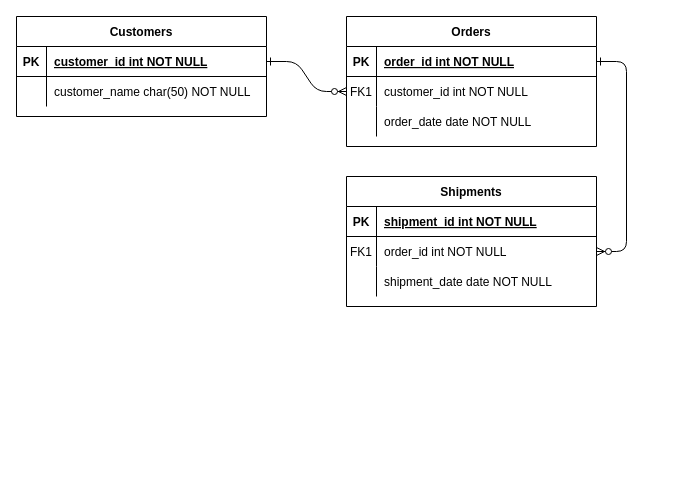
Earlier version of the draw.io diagram ER.drawio (jrfagundes/feed). Source tidied: cells renumbered, new cells numbered last; positions are measured from the earlier drawing's top-left corner, leaving out a move shared by most shapes. Both pictures are drawn from the tidied source at 100%, with x=0, y=0 at pixel (16, 16).
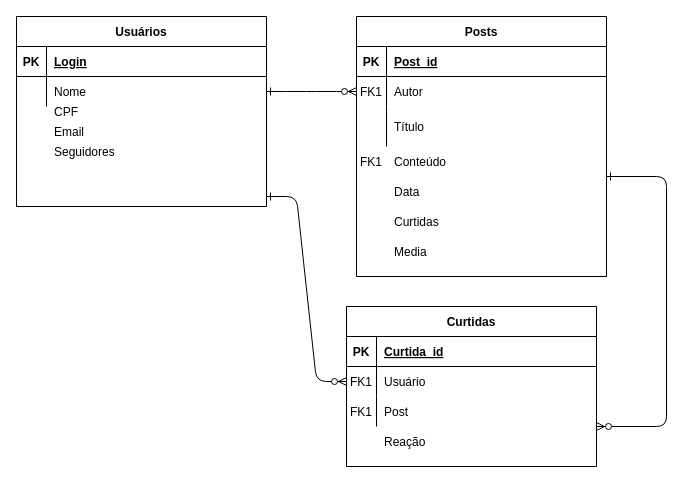
The same diagram, later.

Unchanged cells that the change refers to:
```xml
<mxCell id="5" style="shape=partialRectangle;fillColor=none;points=[[0,0.5],[1,0.5]];portConstraint=eastwest;top=0;left=0;right=0;bottom=1;" parent="4" vertex="1">
  <mxGeometry y="30" width="250" height="30" as="geometry" />
</mxCell>
<mxCell id="8" style="shape=partialRectangle;fillColor=none;points=[[0,0.5],[1,0.5]];portConstraint=eastwest;top=0;left=0;right=0;bottom=0;" parent="4" vertex="1">
  <mxGeometry y="60" width="250" height="30" as="geometry" />
</mxCell>
<mxCell id="15" style="shape=partialRectangle;fillColor=none;top=0;left=0;right=0;bottom=1;" parent="14" vertex="1">
  <mxGeometry y="30" width="250" height="30" as="geometry" />
</mxCell>
<mxCell id="18" style="shape=partialRectangle;fillColor=none;points=[[0,0.5],[1,0.5]];portConstraint=eastwest;top=0;left=0;right=0;bottom=0;" parent="14" vertex="1">
  <mxGeometry y="60" width="250" height="30" as="geometry" />
</mxCell>
<mxCell id="21" style="shape=partialRectangle;fillColor=none;top=0;left=0;right=0;bottom=0;" parent="14" vertex="1">
  <mxGeometry y="90" width="250" height="30" as="geometry" />
</mxCell>
<mxCell id="25" style="shape=partialRectangle;fillColor=none;points=[[0,0.5],[1,0.5]];portConstraint=eastwest;top=0;left=0;right=0;bottom=1;" parent="24" vertex="1">
  <mxGeometry y="30" width="250" height="30" as="geometry" />
</mxCell>
<mxCell id="28" style="shape=partialRectangle;fillColor=none;points=[[0,0.5],[1,0.5]];portConstraint=eastwest;top=0;left=0;right=0;bottom=0;" parent="24" vertex="1">
  <mxGeometry y="60" width="250" height="30" as="geometry" />
</mxCell>
```

Change to the diagram source:
```diff
@@
-    <mxCell id="2" style="edgeStyle=entityRelationEdgeStyle;endArrow=ERzeroToMany;startArrow=ERone;endFill=1;startFill=0;" parent="1" edge="1" source="25" target="8">
+    <mxCell id="2" style="edgeStyle=entityRelationEdgeStyle;endArrow=ERzeroToMany;startArrow=ERone;endFill=1;startFill=0;exitX=1;exitY=0.5;exitDx=0;exitDy=0;" parent="1" edge="1" source="28" target="8">
       <mxGeometry relative="1" as="geometry" />
     </mxCell>
-    <mxCell id="3" style="edgeStyle=entityRelationEdgeStyle;endArrow=ERzeroToMany;startArrow=ERone;endFill=1;startFill=0;" parent="1" edge="1" source="5" target="18">
-      <mxGeometry relative="1" as="geometry" />
+    <mxCell id="3" style="edgeStyle=elbowEdgeStyle;endArrow=ERzeroToMany;startArrow=ERone;endFill=1;startFill=0;" parent="1" edge="1">
+      <mxGeometry relative="1" as="geometry">
+        <mxPoint x="590" y="160" as="sourcePoint" />
+        <mxPoint x="580" y="410" as="targetPoint" />
+        <Array as="points">
+          <mxPoint x="650" y="290" />
+        </Array>
+      </mxGeometry>
     </mxCell>
-    <mxCell id="4" value="Orders" style="shape=table;startSize=30;childLayout=tableLayout;rowLines=0;fontStyle=1;align=center;" parent="1" vertex="1">
-      <mxGeometry x="330" width="250" height="130" as="geometry" />
+    <mxCell id="4" value="Posts" style="shape=table;startSize=30;childLayout=tableLayout;rowLines=0;fontStyle=1;align=center;" parent="1" vertex="1">
+      <mxGeometry x="340" width="250" height="260" as="geometry" />
     </mxCell>
@@
-    <mxCell id="7" value="order_id int NOT NULL " style="shape=partialRectangle;overflow=hidden;fillColor=none;top=0;left=0;bottom=0;right=0;align=left;spacingLeft=6;fontStyle=5;" parent="5" vertex="1">
+    <mxCell id="7" value="Post_id" style="shape=partialRectangle;overflow=hidden;fillColor=none;top=0;left=0;bottom=0;right=0;align=left;spacingLeft=6;fontStyle=5;" parent="5" vertex="1">
       <mxGeometry x="30" width="220" height="30" as="geometry" />
     </mxCell>
@@
-    <mxCell id="10" value="customer_id int NOT NULL" style="shape=partialRectangle;overflow=hidden;fillColor=none;top=0;left=0;bottom=0;right=0;align=left;spacingLeft=6;" parent="8" vertex="1">
+    <mxCell id="10" value="Autor" style="shape=partialRectangle;overflow=hidden;fillColor=none;top=0;left=0;bottom=0;right=0;align=left;spacingLeft=6;verticalAlign=middle;" parent="8" vertex="1">
       <mxGeometry x="30" width="220" height="30" as="geometry" />
     </mxCell>
     <mxCell id="11" style="shape=partialRectangle;fillColor=none;top=0;left=0;right=0;bottom=0;" parent="4" vertex="1">
-      <mxGeometry y="90" width="250" height="30" as="geometry" />
+      <mxGeometry y="90" width="250" height="40" as="geometry" />
     </mxCell>
     <mxCell id="12" style="shape=partialRectangle;overflow=hidden;fillColor=none;top=0;left=0;bottom=0;right=0;" parent="11" vertex="1">
-      <mxGeometry width="30" height="30" as="geometry" />
+      <mxGeometry width="30" height="40" as="geometry" />
     </mxCell>
-    <mxCell id="13" value="order_date date NOT NULL" style="shape=partialRectangle;overflow=hidden;fillColor=none;top=0;left=0;bottom=0;right=0;align=left;spacingLeft=6;" parent="11" vertex="1">
-      <mxGeometry x="30" width="220" height="30" as="geometry" />
+    <mxCell id="13" value="Título" style="shape=partialRectangle;overflow=hidden;fillColor=none;top=0;left=0;bottom=0;right=0;align=left;spacingLeft=6;verticalAlign=middle;" parent="11" vertex="1">
+      <mxGeometry x="30" width="220" height="40" as="geometry" />
     </mxCell>
-    <mxCell id="14" value="Shipments" style="shape=table;startSize=30;childLayout=tableLayout;rowLines=0;fontStyle=1;align=center;" parent="1" vertex="1">
-      <mxGeometry x="330" y="160" width="250" height="130" as="geometry" />
+    <mxCell id="14" value="Curtidas" style="shape=table;startSize=30;childLayout=tableLayout;rowLines=0;fontStyle=1;align=center;" parent="1" vertex="1">
+      <mxGeometry x="330" y="290" width="250" height="160" as="geometry" />
     </mxCell>
@@
-    <mxCell id="17" value="shipment_id int NOT NULL " style="shape=partialRectangle;overflow=hidden;fillColor=none;top=0;left=0;bottom=0;right=0;align=left;spacingLeft=6;fontStyle=5;" parent="15" vertex="1">
+    <mxCell id="17" value="Curtida_id" style="shape=partialRectangle;overflow=hidden;fillColor=none;top=0;left=0;bottom=0;right=0;align=left;spacingLeft=6;fontStyle=5;" parent="15" vertex="1">
       <mxGeometry x="30" width="220" height="30" as="geometry" />
     </mxCell>
@@
-    <mxCell id="20" value="order_id int NOT NULL" style="shape=partialRectangle;overflow=hidden;fillColor=none;top=0;left=0;bottom=0;right=0;align=left;spacingLeft=6;" parent="18" vertex="1">
+    <mxCell id="20" value="Usuário" style="shape=partialRectangle;overflow=hidden;fillColor=none;top=0;left=0;bottom=0;right=0;align=left;spacingLeft=6;" parent="18" vertex="1">
       <mxGeometry x="30" width="220" height="30" as="geometry" />
     </mxCell>
@@
-    <mxCell id="23" value="shipment_date date NOT NULL" style="shape=partialRectangle;overflow=hidden;fillColor=none;top=0;left=0;bottom=0;right=0;align=left;spacingLeft=6;" parent="21" vertex="1">
+    <mxCell id="23" value="Post" style="shape=partialRectangle;overflow=hidden;fillColor=none;top=0;left=0;bottom=0;right=0;align=left;spacingLeft=6;" parent="21" vertex="1">
       <mxGeometry x="30" width="220" height="30" as="geometry" />
     </mxCell>
-    <mxCell id="24" value="Customers" style="shape=table;startSize=30;childLayout=tableLayout;rowLines=0;fontStyle=1;align=center;" parent="1" vertex="1">
-      <mxGeometry width="250" height="100" as="geometry" />
+    <mxCell id="24" value="Usuários" style="shape=table;startSize=30;childLayout=tableLayout;rowLines=0;fontStyle=1;align=center;" parent="1" vertex="1">
+      <mxGeometry width="250" height="190" as="geometry" />
     </mxCell>
@@
-    <mxCell id="27" value="customer_id int NOT NULL " style="shape=partialRectangle;overflow=hidden;fillColor=none;top=0;left=0;bottom=0;right=0;align=left;spacingLeft=6;fontStyle=5;" parent="25" vertex="1">
+    <mxCell id="27" value="Login" style="shape=partialRectangle;overflow=hidden;fillColor=none;top=0;left=0;bottom=0;right=0;align=left;spacingLeft=6;fontStyle=5;" parent="25" vertex="1">
       <mxGeometry x="30" width="220" height="30" as="geometry" />
     </mxCell>
@@
-    <mxCell id="30" value="customer_name char(50) NOT NULL" style="shape=partialRectangle;overflow=hidden;fillColor=none;top=0;left=0;bottom=0;right=0;align=left;spacingLeft=6;" parent="28" vertex="1">
+    <mxCell id="30" value="Nome" style="shape=partialRectangle;overflow=hidden;fillColor=none;top=0;left=0;bottom=0;right=0;align=left;spacingLeft=6;" parent="28" vertex="1">
       <mxGeometry x="30" width="220" height="30" as="geometry" />
     </mxCell>
+    <mxCell id="31" value="CPF" style="shape=partialRectangle;overflow=hidden;fillColor=none;top=0;left=0;bottom=0;right=0;align=left;spacingLeft=6;" parent="1" vertex="1">
+      <mxGeometry x="30" y="80" width="220" height="30" as="geometry" />
+    </mxCell>
+    <mxCell id="32" value="Email" style="shape=partialRectangle;overflow=hidden;fillColor=none;top=0;left=0;bottom=0;right=0;align=left;spacingLeft=6;" parent="1" vertex="1">
+      <mxGeometry x="30" y="100" width="220" height="30" as="geometry" />
+    </mxCell>
+    <mxCell id="33" value="Seguidores" style="shape=partialRectangle;overflow=hidden;fillColor=none;top=0;left=0;bottom=0;right=0;align=left;spacingLeft=6;" parent="1" vertex="1">
+      <mxGeometry x="30" y="120" width="220" height="30" as="geometry" />
+    </mxCell>
+    <mxCell id="34" value="Conteúdo" style="shape=partialRectangle;overflow=hidden;fillColor=none;top=0;left=0;bottom=0;right=0;align=left;spacingLeft=6;verticalAlign=middle;" parent="1" vertex="1">
+      <mxGeometry x="370" y="130" width="220" height="30" as="geometry" />
+    </mxCell>
+    <mxCell id="35" value="Data" style="shape=partialRectangle;overflow=hidden;fillColor=none;top=0;left=0;bottom=0;right=0;align=left;spacingLeft=6;" parent="1" vertex="1">
+      <mxGeometry x="370" y="160" width="220" height="30" as="geometry" />
+    </mxCell>
+    <mxCell id="36" value="FK1" style="shape=partialRectangle;overflow=hidden;fillColor=none;top=0;left=0;bottom=0;right=0;" parent="1" vertex="1">
+      <mxGeometry x="340" y="130" width="30" height="30" as="geometry" />
+    </mxCell>
+    <mxCell id="37" value="FK1" style="shape=partialRectangle;overflow=hidden;fillColor=none;top=0;left=0;bottom=0;right=0;" parent="1" vertex="1">
+      <mxGeometry x="330" y="380" width="30" height="30" as="geometry" />
+    </mxCell>
+    <mxCell id="38" value="Reação" style="shape=partialRectangle;overflow=hidden;fillColor=none;top=0;left=0;bottom=0;right=0;align=left;spacingLeft=6;" parent="1" vertex="1">
+      <mxGeometry x="360" y="410" width="220" height="30" as="geometry" />
+    </mxCell>
+    <mxCell id="39" style="edgeStyle=entityRelationEdgeStyle;endArrow=ERzeroToMany;startArrow=ERone;endFill=1;startFill=0;" parent="1" edge="1" target="18">
+      <mxGeometry relative="1" as="geometry">
+        <mxPoint x="250" y="180" as="sourcePoint" />
+      </mxGeometry>
+    </mxCell>
+    <mxCell id="40" value="Curtidas" style="shape=partialRectangle;overflow=hidden;fillColor=none;top=0;left=0;bottom=0;right=0;align=left;spacingLeft=6;verticalAlign=middle;" parent="1" vertex="1">
+      <mxGeometry x="370" y="190" width="220" height="30" as="geometry" />
+    </mxCell>
+    <mxCell id="41" value="Media" style="shape=partialRectangle;overflow=hidden;fillColor=none;top=0;left=0;bottom=0;right=0;align=left;spacingLeft=6;verticalAlign=middle;" parent="1" vertex="1">
+      <mxGeometry x="370" y="220" width="220" height="30" as="geometry" />
+    </mxCell>
```
